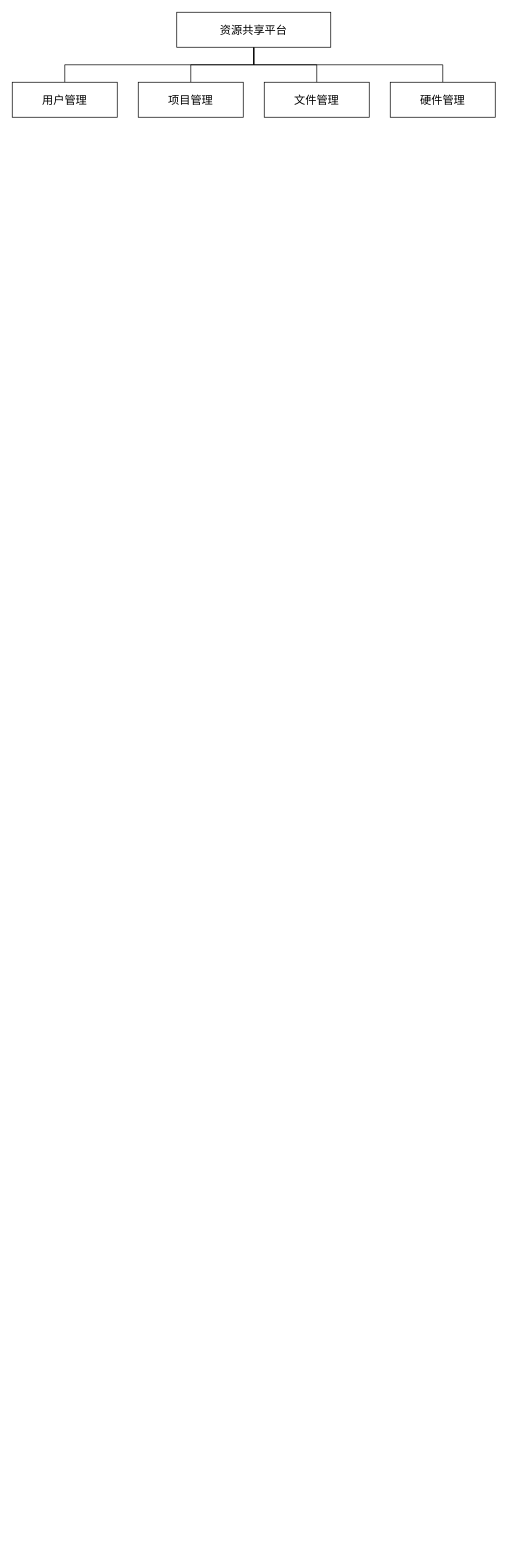
The draw.io diagram 毕设-资源共享平台.drawio in Ocsio/draw-io, before the edit. Source tidied: cells renumbered, new cells numbered last; positions are measured from the earlier drawing's top-left corner, leaving out a move shared by most shapes. Both pictures are drawn from the tidied source at 70%, with x=0, y=0 at pixel (12, 12).
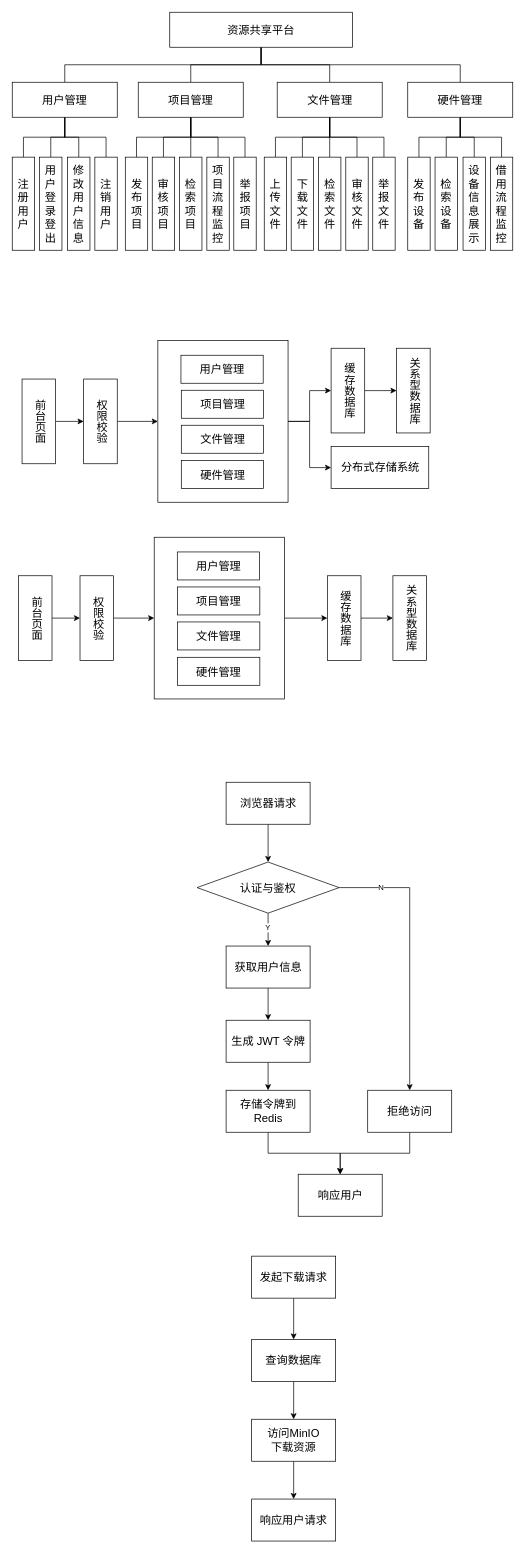
The same page after the edit.

Commit message (it also covers changes not shown here):
更新毕设-资源共享平台.drawio

Unchanged cells that the change refers to:
```xml
<mxCell id="7" value="&lt;font style=&quot;font-size: 16px;&quot;&gt;用户管理&lt;/font&gt;" style="rounded=0;whiteSpace=wrap;html=1;" parent="1" vertex="1">
  <mxGeometry y="100" width="150" height="50" as="geometry" />
</mxCell>
<mxCell id="8" value="&lt;font style=&quot;font-size: 16px;&quot;&gt;项目管理&lt;/font&gt;" style="rounded=0;whiteSpace=wrap;html=1;" parent="1" vertex="1">
  <mxGeometry x="180" y="100" width="150" height="50" as="geometry" />
</mxCell>
```

Diff of the diagram source:
```diff
@@
     <mxCell id="4" style="edgeStyle=orthogonalEdgeStyle;rounded=0;jettySize=auto;html=1;endArrow=none;endFill=0;" parent="1" edge="1" source="6" target="10">
       <mxGeometry relative="1" as="geometry">
         <Array as="points">
-          <mxPoint x="345" y="75" />
-          <mxPoint x="615" y="75" />
+          <mxPoint x="356" y="75" />
+          <mxPoint x="640" y="75" />
         </Array>
       </mxGeometry>
     </mxCell>
     <mxCell id="5" style="edgeStyle=orthogonalEdgeStyle;rounded=0;jettySize=auto;html=1;endArrow=none;endFill=0;" parent="1" edge="1" source="6" target="7">
       <mxGeometry relative="1" as="geometry">
         <Array as="points">
-          <mxPoint x="345" y="75" />
+          <mxPoint x="356" y="75" />
           <mxPoint x="75" y="75" />
         </Array>
       </mxGeometry>
     </mxCell>
     <mxCell id="6" value="&lt;font style=&quot;font-size: 16px;&quot;&gt;资源共享平台&lt;/font&gt;" style="rounded=0;whiteSpace=wrap;html=1;" parent="1" vertex="1">
-      <mxGeometry x="235" width="220" height="50" as="geometry" />
+      <mxGeometry x="225" width="261" height="50" as="geometry" />
     </mxCell>
+    <mxCell id="11" style="edgeStyle=orthogonalEdgeStyle;rounded=0;jettySize=auto;html=1;endArrow=none;endFill=0;" parent="1" edge="1" source="7" target="29">
+      <mxGeometry relative="1" as="geometry" />
+    </mxCell>
+    <mxCell id="12" style="edgeStyle=orthogonalEdgeStyle;rounded=0;jettySize=auto;html=1;endArrow=none;endFill=0;" parent="1" edge="1" source="7" target="30">
+      <mxGeometry relative="1" as="geometry" />
+    </mxCell>
+    <mxCell id="13" style="edgeStyle=orthogonalEdgeStyle;rounded=0;jettySize=auto;html=1;endArrow=none;endFill=0;" parent="1" edge="1" source="7" target="31">
+      <mxGeometry relative="1" as="geometry" />
+    </mxCell>
+    <mxCell id="14" style="edgeStyle=orthogonalEdgeStyle;rounded=0;jettySize=auto;html=1;endArrow=none;endFill=0;" parent="1" edge="1" source="7" target="32">
+      <mxGeometry relative="1" as="geometry" />
+    </mxCell>
@@
+    <mxCell id="15" style="edgeStyle=orthogonalEdgeStyle;rounded=0;jettySize=auto;html=1;endArrow=none;endFill=0;" parent="1" edge="1" source="8" target="36">
+      <mxGeometry relative="1" as="geometry" />
+    </mxCell>
+    <mxCell id="16" style="edgeStyle=orthogonalEdgeStyle;rounded=0;jettySize=auto;html=1;endArrow=none;endFill=0;" parent="1" edge="1" source="8" target="35">
+      <mxGeometry relative="1" as="geometry" />
+    </mxCell>
+    <mxCell id="17" style="edgeStyle=orthogonalEdgeStyle;rounded=0;jettySize=auto;html=1;entryX=0.5;entryY=0;entryDx=0;entryDy=0;endArrow=none;endFill=0;" parent="1" edge="1" source="8" target="37">
+      <mxGeometry relative="1" as="geometry" />
+    </mxCell>
+    <mxCell id="18" style="edgeStyle=orthogonalEdgeStyle;rounded=0;jettySize=auto;html=1;endArrow=none;endFill=0;" parent="1" edge="1" source="8" target="34">
+      <mxGeometry relative="1" as="geometry" />
+    </mxCell>
+    <mxCell id="19" style="edgeStyle=orthogonalEdgeStyle;rounded=0;jettySize=auto;html=1;endArrow=none;endFill=0;" parent="1" edge="1" source="8" target="33">
+      <mxGeometry relative="1" as="geometry" />
+    </mxCell>
@@
+    <mxCell id="20" style="edgeStyle=orthogonalEdgeStyle;rounded=0;jettySize=auto;html=1;endArrow=none;endFill=0;" parent="1" edge="1" source="9" target="41">
+      <mxGeometry relative="1" as="geometry" />
+    </mxCell>
+    <mxCell id="21" style="edgeStyle=orthogonalEdgeStyle;rounded=0;jettySize=auto;html=1;entryX=0.5;entryY=0;entryDx=0;entryDy=0;endArrow=none;endFill=0;" parent="1" edge="1" source="9" target="39">
+      <mxGeometry relative="1" as="geometry" />
+    </mxCell>
+    <mxCell id="22" style="edgeStyle=orthogonalEdgeStyle;rounded=0;jettySize=auto;html=1;endArrow=none;endFill=0;" parent="1" edge="1" source="9" target="38">
+      <mxGeometry relative="1" as="geometry" />
+    </mxCell>
+    <mxCell id="23" style="edgeStyle=orthogonalEdgeStyle;rounded=0;jettySize=auto;html=1;entryX=0.5;entryY=0;entryDx=0;entryDy=0;endArrow=none;endFill=0;" parent="1" edge="1" source="9" target="40">
+      <mxGeometry relative="1" as="geometry" />
+    </mxCell>
+    <mxCell id="24" style="edgeStyle=orthogonalEdgeStyle;rounded=0;jettySize=auto;html=1;entryX=0.5;entryY=0;entryDx=0;entryDy=0;endArrow=none;endFill=0;" parent="1" edge="1" source="9" target="42">
+      <mxGeometry relative="1" as="geometry" />
+    </mxCell>
     <mxCell id="9" value="&lt;font style=&quot;font-size: 16px;&quot;&gt;文件管理&lt;/font&gt;" style="rounded=0;whiteSpace=wrap;html=1;" parent="1" vertex="1">
-      <mxGeometry x="360" y="100" width="150" height="50" as="geometry" />
+      <mxGeometry x="378.5" y="100" width="150" height="50" as="geometry" />
     </mxCell>
+    <mxCell id="25" style="edgeStyle=orthogonalEdgeStyle;rounded=0;jettySize=auto;html=1;endArrow=none;endFill=0;" parent="1" edge="1" source="10" target="43">
+      <mxGeometry relative="1" as="geometry" />
+    </mxCell>
+    <mxCell id="26" style="edgeStyle=orthogonalEdgeStyle;rounded=0;jettySize=auto;html=1;endArrow=none;endFill=0;" parent="1" edge="1" source="10" target="44">
+      <mxGeometry relative="1" as="geometry" />
+    </mxCell>
+    <mxCell id="27" style="edgeStyle=orthogonalEdgeStyle;rounded=0;jettySize=auto;html=1;endArrow=none;endFill=0;" parent="1" edge="1" source="10" target="46">
+      <mxGeometry relative="1" as="geometry" />
+    </mxCell>
+    <mxCell id="28" style="edgeStyle=orthogonalEdgeStyle;rounded=0;jettySize=auto;html=1;endArrow=none;endFill=0;" parent="1" edge="1" source="10" target="45">
+      <mxGeometry relative="1" as="geometry" />
+    </mxCell>
     <mxCell id="10" value="&lt;span style=&quot;font-size: 16px;&quot;&gt;硬件管理&lt;/span&gt;" style="rounded=0;whiteSpace=wrap;html=1;" parent="1" vertex="1">
-      <mxGeometry x="540" y="100" width="150" height="50" as="geometry" />
+      <mxGeometry x="565" y="100" width="150" height="50" as="geometry" />
     </mxCell>
+    <mxCell id="29" value="&lt;span style=&quot;font-size: 16px;&quot;&gt;注册用户&lt;/span&gt;" style="rounded=0;whiteSpace=wrap;html=1;" parent="1" vertex="1">
+      <mxGeometry y="207" width="32" height="133" as="geometry" />
+    </mxCell>
+    <mxCell id="30" value="&lt;span style=&quot;font-size: 16px;&quot;&gt;用户登录登出&lt;/span&gt;" style="rounded=0;whiteSpace=wrap;html=1;" parent="1" vertex="1">
+      <mxGeometry x="39" y="207" width="32" height="133" as="geometry" />
+    </mxCell>
+    <mxCell id="31" value="&lt;span style=&quot;font-size: 16px;&quot;&gt;修改用户信息&lt;/span&gt;" style="rounded=0;whiteSpace=wrap;html=1;" parent="1" vertex="1">
+      <mxGeometry x="79" y="207" width="32" height="133" as="geometry" />
+    </mxCell>
+    <mxCell id="32" value="&lt;span style=&quot;font-size: 16px;&quot;&gt;注销用户&lt;/span&gt;" style="rounded=0;whiteSpace=wrap;html=1;" parent="1" vertex="1">
+      <mxGeometry x="118" y="207" width="32" height="133" as="geometry" />
+    </mxCell>
+    <mxCell id="33" value="&lt;span style=&quot;font-size: 16px;&quot;&gt;发布项目&lt;/span&gt;" style="rounded=0;whiteSpace=wrap;html=1;" parent="1" vertex="1">
+      <mxGeometry x="161.5" y="207" width="32" height="133" as="geometry" />
+    </mxCell>
+    <mxCell id="34" value="&lt;span style=&quot;font-size: 16px;&quot;&gt;审核项目&lt;/span&gt;" style="rounded=0;whiteSpace=wrap;html=1;" parent="1" vertex="1">
+      <mxGeometry x="200" y="207" width="32" height="133" as="geometry" />
+    </mxCell>
+    <mxCell id="35" value="&lt;span style=&quot;font-size: 16px;&quot;&gt;项目流程监控&lt;/span&gt;" style="rounded=0;whiteSpace=wrap;html=1;" parent="1" vertex="1">
+      <mxGeometry x="278" y="207" width="32" height="133" as="geometry" />
+    </mxCell>
+    <mxCell id="36" value="&lt;span style=&quot;font-size: 16px;&quot;&gt;检索项目&lt;/span&gt;" style="rounded=0;whiteSpace=wrap;html=1;" parent="1" vertex="1">
+      <mxGeometry x="239" y="207" width="32" height="133" as="geometry" />
+    </mxCell>
+    <mxCell id="37" value="&lt;span style=&quot;font-size: 16px;&quot;&gt;举报项目&lt;/span&gt;" style="rounded=0;whiteSpace=wrap;html=1;" parent="1" vertex="1">
+      <mxGeometry x="316.5" y="207" width="32" height="133" as="geometry" />
+    </mxCell>
+    <mxCell id="38" value="&lt;span style=&quot;font-size: 16px;&quot;&gt;上传文件&lt;/span&gt;" style="rounded=0;whiteSpace=wrap;html=1;" parent="1" vertex="1">
+      <mxGeometry x="360" y="207" width="32" height="133" as="geometry" />
+    </mxCell>
+    <mxCell id="39" value="&lt;span style=&quot;font-size: 16px;&quot;&gt;下载文件&lt;/span&gt;" style="rounded=0;whiteSpace=wrap;html=1;" parent="1" vertex="1">
+      <mxGeometry x="398.5" y="207" width="32" height="133" as="geometry" />
+    </mxCell>
+    <mxCell id="40" value="&lt;span style=&quot;font-size: 16px;&quot;&gt;审核文件&lt;/span&gt;" style="rounded=0;whiteSpace=wrap;html=1;" parent="1" vertex="1">
+      <mxGeometry x="476.5" y="207" width="32" height="133" as="geometry" />
+    </mxCell>
+    <mxCell id="41" value="&lt;span style=&quot;font-size: 16px;&quot;&gt;检索文件&lt;/span&gt;" style="rounded=0;whiteSpace=wrap;html=1;" parent="1" vertex="1">
+      <mxGeometry x="437.5" y="207" width="32" height="133" as="geometry" />
+    </mxCell>
+    <mxCell id="42" value="&lt;span style=&quot;font-size: 16px;&quot;&gt;举报文件&lt;/span&gt;" style="rounded=0;whiteSpace=wrap;html=1;" parent="1" vertex="1">
+      <mxGeometry x="515" y="207" width="32" height="133" as="geometry" />
+    </mxCell>
+    <mxCell id="43" value="&lt;span style=&quot;font-size: 16px;&quot;&gt;发布设备&lt;/span&gt;" style="rounded=0;whiteSpace=wrap;html=1;" parent="1" vertex="1">
+      <mxGeometry x="565" y="207" width="32" height="133" as="geometry" />
+    </mxCell>
+    <mxCell id="44" value="&lt;span style=&quot;font-size: 16px;&quot;&gt;检索设备&lt;/span&gt;" style="rounded=0;whiteSpace=wrap;html=1;" parent="1" vertex="1">
+      <mxGeometry x="604" y="207" width="32" height="133" as="geometry" />
+    </mxCell>
+    <mxCell id="45" value="&lt;span style=&quot;font-size: 16px;&quot;&gt;借用流程监控&lt;/span&gt;" style="rounded=0;whiteSpace=wrap;html=1;" parent="1" vertex="1">
+      <mxGeometry x="683" y="207" width="32" height="133" as="geometry" />
+    </mxCell>
+    <mxCell id="46" value="&lt;span style=&quot;font-size: 16px;&quot;&gt;设备信息展示&lt;/span&gt;" style="rounded=0;whiteSpace=wrap;html=1;" parent="1" vertex="1">
+      <mxGeometry x="644" y="207" width="32" height="133" as="geometry" />
+    </mxCell>
+    <mxCell id="47" style="edgeStyle=orthogonalEdgeStyle;rounded=0;jettySize=auto;html=1;" parent="1" edge="1" source="48" target="54">
+      <mxGeometry relative="1" as="geometry" />
+    </mxCell>
+    <mxCell id="48" value="&lt;p style=&quot;line-height: 140%;&quot;&gt;&lt;font style=&quot;font-size: 16px;&quot;&gt;前台页面&lt;/font&gt;&lt;/p&gt;" style="rounded=0;whiteSpace=wrap;html=1;spacing=3;align=center;horizontal=1;textDirection=vertical-lr;fontFamily=Verdana;verticalAlign=middle;fontStyle=0;" parent="1" vertex="1">
+      <mxGeometry x="14" y="524" width="48" height="121" as="geometry" />
+    </mxCell>
+    <mxCell id="49" style="edgeStyle=orthogonalEdgeStyle;rounded=0;jettySize=auto;html=1;" parent="1" edge="1" source="51" target="58">
+      <mxGeometry relative="1" as="geometry" />
+    </mxCell>
+    <mxCell id="50" style="edgeStyle=orthogonalEdgeStyle;rounded=0;jettySize=auto;html=1;" parent="1" edge="1" source="51" target="61">
+      <mxGeometry relative="1" as="geometry" />
+    </mxCell>
+    <mxCell id="51" style="rounded=0;whiteSpace=wrap;html=1;" parent="1" vertex="1">
+      <mxGeometry x="208" y="469" width="186" height="231" as="geometry" />
+    </mxCell>
+    <mxCell id="52" value="&lt;span style=&quot;font-size: 16px;&quot;&gt;用户管理&lt;/span&gt;" style="rounded=0;whiteSpace=wrap;html=1;" parent="1" vertex="1">
+      <mxGeometry x="241" y="490" width="117.5" height="40" as="geometry" />
+    </mxCell>
+    <mxCell id="53" style="edgeStyle=orthogonalEdgeStyle;rounded=0;jettySize=auto;html=1;entryX=0;entryY=0.5;entryDx=0;entryDy=0;" parent="1" edge="1" source="54" target="51">
+      <mxGeometry relative="1" as="geometry" />
+    </mxCell>
+    <mxCell id="54" value="&lt;p style=&quot;line-height: 140%;&quot;&gt;&lt;span style=&quot;font-size: 16px;&quot;&gt;权限校验&lt;/span&gt;&lt;br&gt;&lt;/p&gt;" style="rounded=0;whiteSpace=wrap;html=1;spacing=3;align=center;horizontal=1;textDirection=vertical-lr;fontFamily=Verdana;verticalAlign=middle;fontStyle=0;" parent="1" vertex="1">
+      <mxGeometry x="102" y="524" width="48" height="121" as="geometry" />
+    </mxCell>
+    <mxCell id="55" value="&lt;span style=&quot;font-size: 16px;&quot;&gt;项目管理&lt;/span&gt;" style="rounded=0;whiteSpace=wrap;html=1;" parent="1" vertex="1">
+      <mxGeometry x="241.5" y="540" width="117.5" height="40" as="geometry" />
+    </mxCell>
+    <mxCell id="56" value="&lt;span style=&quot;font-size: 16px;&quot;&gt;文件管理&lt;/span&gt;" style="rounded=0;whiteSpace=wrap;html=1;" parent="1" vertex="1">
+      <mxGeometry x="241.5" y="590" width="117.5" height="40" as="geometry" />
+    </mxCell>
+    <mxCell id="57" style="edgeStyle=orthogonalEdgeStyle;rounded=0;jettySize=auto;html=1;" parent="1" edge="1" source="58" target="59">
+      <mxGeometry relative="1" as="geometry" />
+    </mxCell>
+    <mxCell id="58" value="&lt;p style=&quot;line-height: 140%;&quot;&gt;&lt;span style=&quot;font-size: 16px;&quot;&gt;缓存数据库&lt;/span&gt;&lt;/p&gt;" style="rounded=0;whiteSpace=wrap;html=1;spacing=3;align=center;horizontal=1;textDirection=vertical-lr;fontFamily=Verdana;verticalAlign=middle;fontStyle=0;" parent="1" vertex="1">
+      <mxGeometry x="455.5" y="480" width="48" height="121" as="geometry" />
+    </mxCell>
+    <mxCell id="59" value="&lt;p style=&quot;line-height: 140%;&quot;&gt;&lt;span style=&quot;font-size: 16px;&quot;&gt;关系型数据库&lt;/span&gt;&lt;/p&gt;" style="rounded=0;whiteSpace=wrap;html=1;spacing=3;align=center;horizontal=1;textDirection=vertical-lr;fontFamily=Verdana;verticalAlign=middle;fontStyle=0;" parent="1" vertex="1">
+      <mxGeometry x="549" y="480" width="48" height="121" as="geometry" />
+    </mxCell>
+    <mxCell id="60" value="&lt;span style=&quot;font-size: 16px;&quot;&gt;硬件管理&lt;/span&gt;" style="rounded=0;whiteSpace=wrap;html=1;" parent="1" vertex="1">
+      <mxGeometry x="241.5" y="640.5" width="117.5" height="40" as="geometry" />
+    </mxCell>
+    <mxCell id="61" value="&lt;p style=&quot;line-height: 140%;&quot;&gt;&lt;span style=&quot;font-size: 16px;&quot;&gt;分布式存储系统&lt;/span&gt;&lt;/p&gt;" style="rounded=0;whiteSpace=wrap;html=1;spacing=3;align=center;horizontal=1;fontFamily=Verdana;verticalAlign=middle;fontStyle=0;" parent="1" vertex="1">
+      <mxGeometry x="455.5" y="620.5" width="139.5" height="60" as="geometry" />
+    </mxCell>
+    <mxCell id="62" style="edgeStyle=orthogonalEdgeStyle;rounded=0;jettySize=auto;html=1;" parent="1" edge="1" source="63" target="68">
+      <mxGeometry relative="1" as="geometry" />
+    </mxCell>
+    <mxCell id="63" value="&lt;p style=&quot;line-height: 140%;&quot;&gt;&lt;font style=&quot;font-size: 16px;&quot;&gt;前台页面&lt;/font&gt;&lt;/p&gt;" style="rounded=0;whiteSpace=wrap;html=1;spacing=3;align=center;horizontal=1;textDirection=vertical-lr;fontFamily=Verdana;verticalAlign=middle;fontStyle=0;" parent="1" vertex="1">
+      <mxGeometry x="8.8" y="805" width="48" height="121" as="geometry" />
+    </mxCell>
+    <mxCell id="64" style="edgeStyle=orthogonalEdgeStyle;rounded=0;jettySize=auto;html=1;" parent="1" edge="1" source="65" target="72">
+      <mxGeometry relative="1" as="geometry" />
+    </mxCell>
+    <mxCell id="65" style="rounded=0;whiteSpace=wrap;html=1;" parent="1" vertex="1">
+      <mxGeometry x="202.8" y="750" width="186" height="231" as="geometry" />
+    </mxCell>
+    <mxCell id="66" value="&lt;span style=&quot;font-size: 16px;&quot;&gt;用户管理&lt;/span&gt;" style="rounded=0;whiteSpace=wrap;html=1;" parent="1" vertex="1">
+      <mxGeometry x="235.8" y="771" width="117.5" height="40" as="geometry" />
+    </mxCell>
+    <mxCell id="67" style="edgeStyle=orthogonalEdgeStyle;rounded=0;jettySize=auto;html=1;entryX=0;entryY=0.5;entryDx=0;entryDy=0;" parent="1" edge="1" source="68" target="65">
+      <mxGeometry relative="1" as="geometry" />
+    </mxCell>
+    <mxCell id="68" value="&lt;p style=&quot;line-height: 140%;&quot;&gt;&lt;span style=&quot;font-size: 16px;&quot;&gt;权限校验&lt;/span&gt;&lt;br&gt;&lt;/p&gt;" style="rounded=0;whiteSpace=wrap;html=1;spacing=3;align=center;horizontal=1;textDirection=vertical-lr;fontFamily=Verdana;verticalAlign=middle;fontStyle=0;" parent="1" vertex="1">
+      <mxGeometry x="96.8" y="805" width="48" height="121" as="geometry" />
+    </mxCell>
+    <mxCell id="69" value="&lt;span style=&quot;font-size: 16px;&quot;&gt;项目管理&lt;/span&gt;" style="rounded=0;whiteSpace=wrap;html=1;" parent="1" vertex="1">
+      <mxGeometry x="236.2" y="821" width="117.5" height="40" as="geometry" />
+    </mxCell>
+    <mxCell id="70" value="&lt;span style=&quot;font-size: 16px;&quot;&gt;文件管理&lt;/span&gt;" style="rounded=0;whiteSpace=wrap;html=1;" parent="1" vertex="1">
+      <mxGeometry x="236.2" y="871" width="117.5" height="40" as="geometry" />
+    </mxCell>
+    <mxCell id="71" style="edgeStyle=orthogonalEdgeStyle;rounded=0;jettySize=auto;html=1;" parent="1" edge="1" source="72" target="73">
+      <mxGeometry relative="1" as="geometry" />
+    </mxCell>
+    <mxCell id="72" value="&lt;p style=&quot;line-height: 140%;&quot;&gt;&lt;span style=&quot;font-size: 16px;&quot;&gt;缓存数据库&lt;/span&gt;&lt;/p&gt;" style="rounded=0;whiteSpace=wrap;html=1;spacing=3;align=center;horizontal=1;textDirection=vertical-lr;fontFamily=Verdana;verticalAlign=middle;fontStyle=0;" parent="1" vertex="1">
+      <mxGeometry x="450.2" y="805" width="48" height="121" as="geometry" />
+    </mxCell>
+    <mxCell id="73" value="&lt;p style=&quot;line-height: 140%;&quot;&gt;&lt;span style=&quot;font-size: 16px;&quot;&gt;关系型数据库&lt;/span&gt;&lt;/p&gt;" style="rounded=0;whiteSpace=wrap;html=1;spacing=3;align=center;horizontal=1;textDirection=vertical-lr;fontFamily=Verdana;verticalAlign=middle;fontStyle=0;" parent="1" vertex="1">
+      <mxGeometry x="543.8" y="805" width="48" height="121" as="geometry" />
+    </mxCell>
+    <mxCell id="74" value="&lt;span style=&quot;font-size: 16px;&quot;&gt;硬件管理&lt;/span&gt;" style="rounded=0;whiteSpace=wrap;html=1;" parent="1" vertex="1">
+      <mxGeometry x="236.2" y="921.5" width="117.5" height="40" as="geometry" />
+    </mxCell>
+    <mxCell id="75" style="edgeStyle=orthogonalEdgeStyle;rounded=0;jettySize=auto;html=1;entryX=0.5;entryY=0;entryDx=0;entryDy=0;" parent="1" edge="1" source="76" target="81">
+      <mxGeometry relative="1" as="geometry" />
+    </mxCell>
+    <mxCell id="76" value="&lt;font style=&quot;font-size: 16px;&quot;&gt;浏览器请求&lt;/font&gt;" style="rounded=0;whiteSpace=wrap;html=1;" parent="1" vertex="1">
+      <mxGeometry x="305.5" y="1100" width="120" height="60" as="geometry" />
+    </mxCell>
+    <mxCell id="77" style="edgeStyle=orthogonalEdgeStyle;rounded=0;jettySize=auto;html=1;" parent="1" edge="1" source="81" target="83">
+      <mxGeometry relative="1" as="geometry" />
+    </mxCell>
+    <mxCell id="78" value="Y" style="edgeLabel;html=1;align=center;verticalAlign=middle;" parent="77" vertex="1">
+      <mxGeometry x="-0.14" y="-1" relative="1" as="geometry" />
+    </mxCell>
+    <mxCell id="79" style="edgeStyle=orthogonalEdgeStyle;rounded=0;jettySize=auto;html=1;" parent="1" edge="1" source="81" target="90">
+      <mxGeometry relative="1" as="geometry" />
+    </mxCell>
+    <mxCell id="80" value="N" style="edgeLabel;html=1;align=center;verticalAlign=middle;" parent="79" vertex="1">
+      <mxGeometry x="-0.7" relative="1" as="geometry" />
+    </mxCell>
+    <mxCell id="81" value="&lt;font style=&quot;font-size: 16px;&quot;&gt;认证与鉴权&lt;/font&gt;" style="rhombus;whiteSpace=wrap;html=1;" parent="1" vertex="1">
+      <mxGeometry x="264" y="1214" width="203" height="73" as="geometry" />
+    </mxCell>
+    <mxCell id="82" style="edgeStyle=orthogonalEdgeStyle;rounded=0;jettySize=auto;html=1;" parent="1" edge="1" source="83" target="85">
+      <mxGeometry relative="1" as="geometry" />
+    </mxCell>
+    <mxCell id="83" value="&lt;font style=&quot;font-size: 16px;&quot;&gt;获取用户信息&lt;/font&gt;" style="rounded=0;whiteSpace=wrap;html=1;" parent="1" vertex="1">
+      <mxGeometry x="305.5" y="1334" width="120" height="60" as="geometry" />
+    </mxCell>
+    <mxCell id="84" style="edgeStyle=orthogonalEdgeStyle;rounded=0;jettySize=auto;html=1;" parent="1" edge="1" source="85" target="87">
+      <mxGeometry relative="1" as="geometry" />
+    </mxCell>
+    <mxCell id="85" value="&lt;font style=&quot;font-size: 16px;&quot;&gt;生成 JWT 令牌&lt;/font&gt;" style="rounded=0;whiteSpace=wrap;html=1;" parent="1" vertex="1">
+      <mxGeometry x="305.5" y="1440" width="120" height="60" as="geometry" />
+    </mxCell>
+    <mxCell id="86" style="edgeStyle=orthogonalEdgeStyle;rounded=0;jettySize=auto;html=1;entryX=0.5;entryY=0;entryDx=0;entryDy=0;" parent="1" edge="1" source="87" target="88">
+      <mxGeometry relative="1" as="geometry" />
+    </mxCell>
+    <mxCell id="87" value="&lt;font style=&quot;font-size: 16px;&quot;&gt;存储令牌到Redis&lt;/font&gt;" style="rounded=0;whiteSpace=wrap;html=1;" parent="1" vertex="1">
+      <mxGeometry x="305.5" y="1540" width="120" height="60" as="geometry" />
+    </mxCell>
+    <mxCell id="88" value="&lt;font style=&quot;font-size: 16px;&quot;&gt;响应用户&lt;/font&gt;" style="rounded=0;whiteSpace=wrap;html=1;" parent="1" vertex="1">
+      <mxGeometry x="408.5" y="1660" width="120" height="60" as="geometry" />
+    </mxCell>
+    <mxCell id="89" style="edgeStyle=orthogonalEdgeStyle;rounded=0;jettySize=auto;html=1;" parent="1" edge="1" source="90" target="88">
+      <mxGeometry relative="1" as="geometry" />
+    </mxCell>
+    <mxCell id="90" value="&lt;span style=&quot;font-size: 16px;&quot;&gt;拒绝访问&lt;/span&gt;" style="rounded=0;whiteSpace=wrap;html=1;" parent="1" vertex="1">
+      <mxGeometry x="507.8" y="1540" width="120" height="60" as="geometry" />
+    </mxCell>
+    <mxCell id="91" style="edgeStyle=orthogonalEdgeStyle;rounded=0;jettySize=auto;html=1;" parent="1" edge="1" source="92" target="94">
+      <mxGeometry relative="1" as="geometry" />
+    </mxCell>
+    <mxCell id="92" value="&lt;font style=&quot;font-size: 16px;&quot;&gt;发起下载请求&lt;/font&gt;" style="rounded=0;whiteSpace=wrap;html=1;" parent="1" vertex="1">
+      <mxGeometry x="342" y="1777" width="120" height="60" as="geometry" />
+    </mxCell>
+    <mxCell id="93" style="edgeStyle=orthogonalEdgeStyle;rounded=0;jettySize=auto;html=1;" parent="1" edge="1" source="94" target="96">
+      <mxGeometry relative="1" as="geometry" />
+    </mxCell>
+    <mxCell id="94" value="&lt;font style=&quot;font-size: 16px;&quot;&gt;查询数据库&lt;/font&gt;" style="rounded=0;whiteSpace=wrap;html=1;" parent="1" vertex="1">
+      <mxGeometry x="342" y="1896" width="120" height="60" as="geometry" />
+    </mxCell>
+    <mxCell id="95" style="edgeStyle=orthogonalEdgeStyle;rounded=0;jettySize=auto;html=1;" parent="1" edge="1" source="96" target="97">
+      <mxGeometry relative="1" as="geometry" />
+    </mxCell>
+    <mxCell id="96" value="&lt;font style=&quot;font-size: 16px;&quot;&gt;访问MinIO&lt;/font&gt;&lt;div&gt;&lt;font style=&quot;font-size: 16px;&quot;&gt;下载资源&lt;/font&gt;&lt;/div&gt;" style="rounded=0;whiteSpace=wrap;html=1;" parent="1" vertex="1">
+      <mxGeometry x="342" y="2010" width="120" height="60" as="geometry" />
+    </mxCell>
+    <mxCell id="97" value="&lt;span style=&quot;font-size: 16px;&quot;&gt;响应用户请求&lt;/span&gt;" style="rounded=0;whiteSpace=wrap;html=1;" parent="1" vertex="1">
+      <mxGeometry x="342" y="2124" width="120" height="60" as="geometry" />
+    </mxCell>
```
